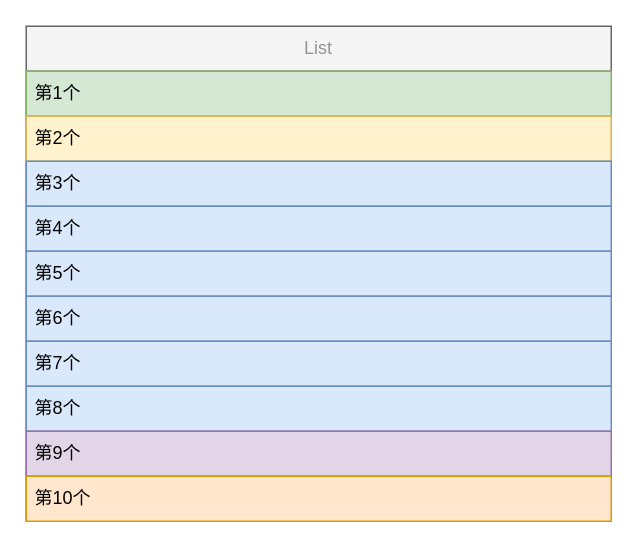
This is 未命名绘图.drawio from BFD2018/myDiagrams, a draw.io file, before an edit. Source tidied: cells renumbered, new cells numbered last; positions are measured from the earlier drawing's top-left corner, leaving out a move shared by most shapes. Both pictures are drawn from the tidied source at 150%, with x=0, y=0 at pixel (26, 26).
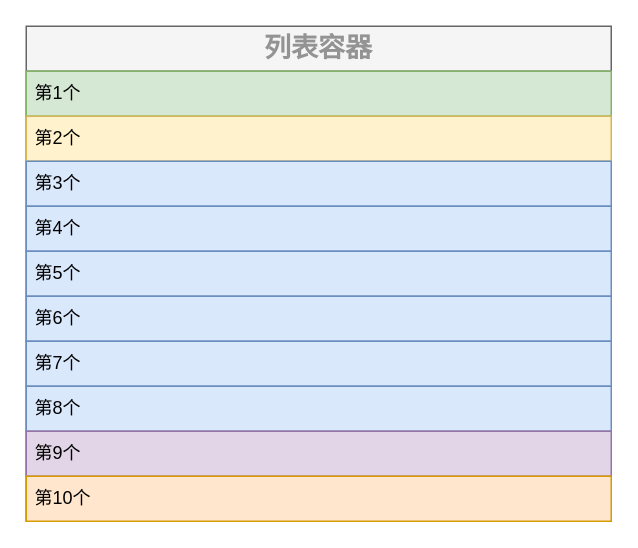
The same page after the edit.

Commit message (it also covers changes not shown here):
更新未命名绘图.drawio

The edit, as a diff of the source:
```diff
@@
 <mxGraphModel>
   <root>
     <mxCell id="0" />
     <mxCell id="1" parent="0" />
-    <mxCell id="2" value="List" style="swimlane;fontStyle=0;horizontal=1;startSize=30;whiteSpace=wrap;html=1;textOpacity=50;fillColor=#f5f5f5;fontColor=#333333;strokeColor=#666666;" parent="1" vertex="1">
+    <mxCell id="2" value="列表容器" style="swimlane;fontStyle=1;horizontal=1;startSize=30;whiteSpace=wrap;html=1;textOpacity=50;fillColor=#f5f5f5;fontColor=#333333;strokeColor=#666666;fontSize=18;" parent="1" vertex="1">
       <mxGeometry width="390" height="330" as="geometry" />
     </mxCell>
     <mxCell id="3" value="第1个" style="text;strokeColor=#82b366;fillColor=#d5e8d4;align=left;verticalAlign=middle;spacingLeft=4;spacingRight=4;overflow=hidden;whiteSpace=wrap;html=1;" parent="2" vertex="1">
       <mxGeometry y="30" width="390" height="30" as="geometry" />
     </mxCell>
     <mxCell id="4" value="第2个" style="text;strokeColor=#d6b656;fillColor=#fff2cc;align=left;verticalAlign=middle;spacingLeft=4;spacingRight=4;overflow=hidden;whiteSpace=wrap;html=1;" parent="2" vertex="1">
       <mxGeometry y="60" width="390" height="30" as="geometry" />
     </mxCell>
     <mxCell id="5" value="第3个" style="text;strokeColor=#6c8ebf;fillColor=#dae8fc;align=left;verticalAlign=middle;spacingLeft=4;spacingRight=4;overflow=hidden;whiteSpace=wrap;html=1;" parent="2" vertex="1">
       <mxGeometry y="90" width="390" height="30" as="geometry" />
     </mxCell>
     <mxCell id="6" style="edgeStyle=orthogonalEdgeStyle;rounded=0;orthogonalLoop=1;jettySize=auto;html=1;" parent="2" edge="1">
       <mxGeometry relative="1" as="geometry">
         <mxPoint x="235" y="150" as="sourcePoint" />
         <mxPoint x="235" y="150" as="targetPoint" />
       </mxGeometry>
     </mxCell>
     <mxCell id="7" value="第4个" style="text;strokeColor=#6c8ebf;fillColor=#dae8fc;align=left;verticalAlign=middle;spacingLeft=4;spacingRight=4;overflow=hidden;whiteSpace=wrap;html=1;" parent="2" vertex="1">
       <mxGeometry y="120" width="390" height="30" as="geometry" />
     </mxCell>
     <mxCell id="8" value="第5个" style="text;strokeColor=#6c8ebf;fillColor=#dae8fc;align=left;verticalAlign=middle;spacingLeft=4;spacingRight=4;overflow=hidden;whiteSpace=wrap;html=1;" parent="2" vertex="1">
       <mxGeometry y="150" width="390" height="30" as="geometry" />
     </mxCell>
     <mxCell id="9" value="第6个" style="text;strokeColor=#6c8ebf;fillColor=#dae8fc;align=left;verticalAlign=middle;spacingLeft=4;spacingRight=4;overflow=hidden;whiteSpace=wrap;html=1;" parent="2" vertex="1">
       <mxGeometry y="180" width="390" height="30" as="geometry" />
     </mxCell>
     <mxCell id="10" value="第7个" style="text;strokeColor=#6c8ebf;fillColor=#dae8fc;align=left;verticalAlign=middle;spacingLeft=4;spacingRight=4;overflow=hidden;whiteSpace=wrap;html=1;" parent="2" vertex="1">
       <mxGeometry y="210" width="390" height="30" as="geometry" />
     </mxCell>
     <mxCell id="11" value="第8个" style="text;strokeColor=#6c8ebf;fillColor=#dae8fc;align=left;verticalAlign=middle;spacingLeft=4;spacingRight=4;overflow=hidden;whiteSpace=wrap;html=1;" parent="2" vertex="1">
       <mxGeometry y="240" width="390" height="30" as="geometry" />
     </mxCell>
     <mxCell id="12" value="第9个" style="text;strokeColor=#9673a6;fillColor=#e1d5e7;align=left;verticalAlign=middle;spacingLeft=4;spacingRight=4;overflow=hidden;whiteSpace=wrap;html=1;" parent="2" vertex="1">
       <mxGeometry y="270" width="390" height="30" as="geometry" />
     </mxCell>
     <mxCell id="13" value="第10个" style="text;strokeColor=#d79b00;fillColor=#ffe6cc;align=left;verticalAlign=middle;spacingLeft=4;spacingRight=4;overflow=hidden;whiteSpace=wrap;html=1;" parent="2" vertex="1">
       <mxGeometry y="300" width="390" height="30" as="geometry" />
     </mxCell>
   </root>
 </mxGraphModel>
```
